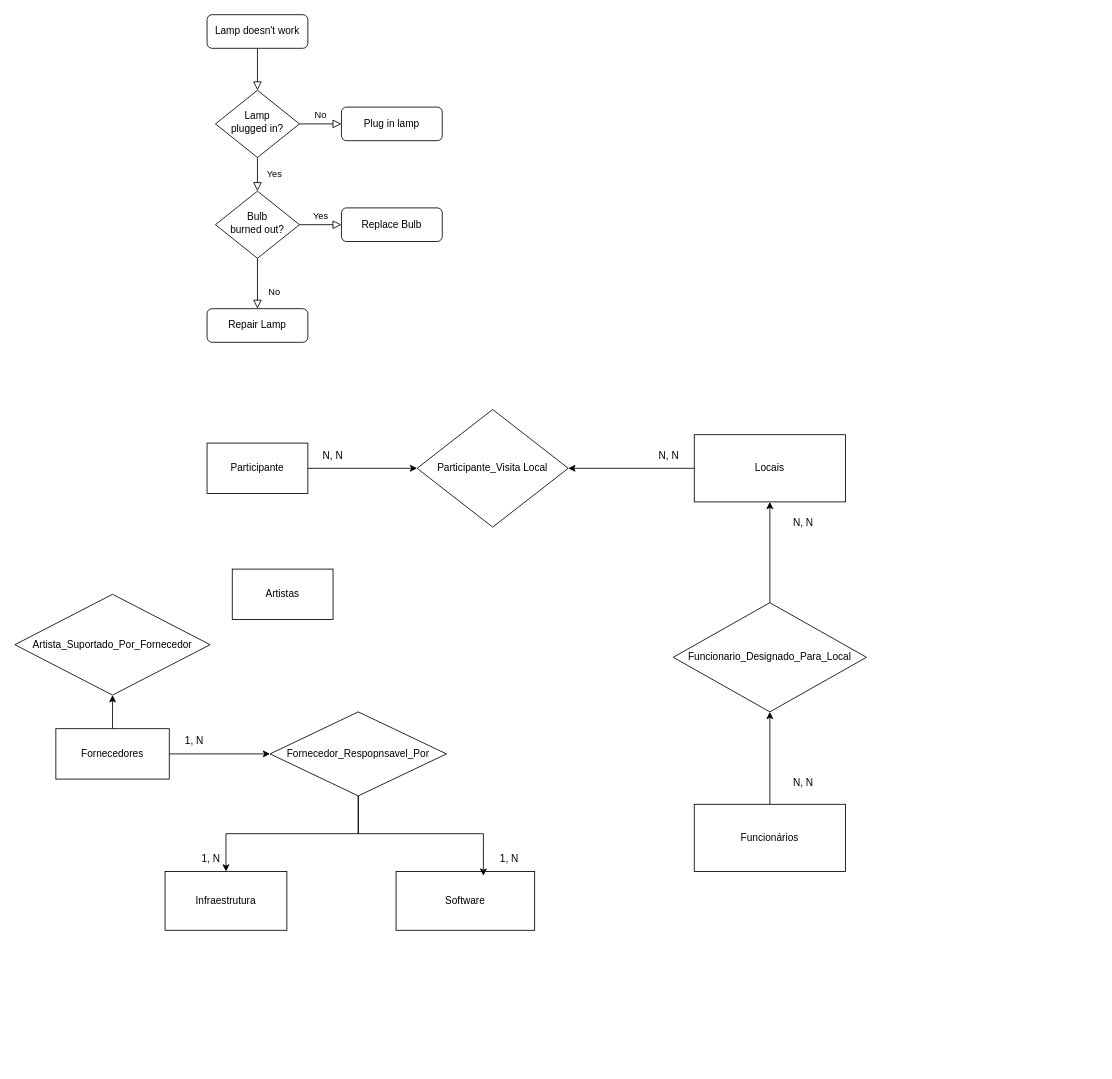
Before: rockInRio-mer.drawio in fabiobrasileiroo/rockInRio-ERD, a draw.io diagram. Source tidied: cells renumbered, new cells numbered last; positions are measured from the earlier drawing's top-left corner, leaving out a move shared by most shapes. Both pictures are drawn from the tidied source at 84%, with x=0, y=0 at pixel (14, 14).
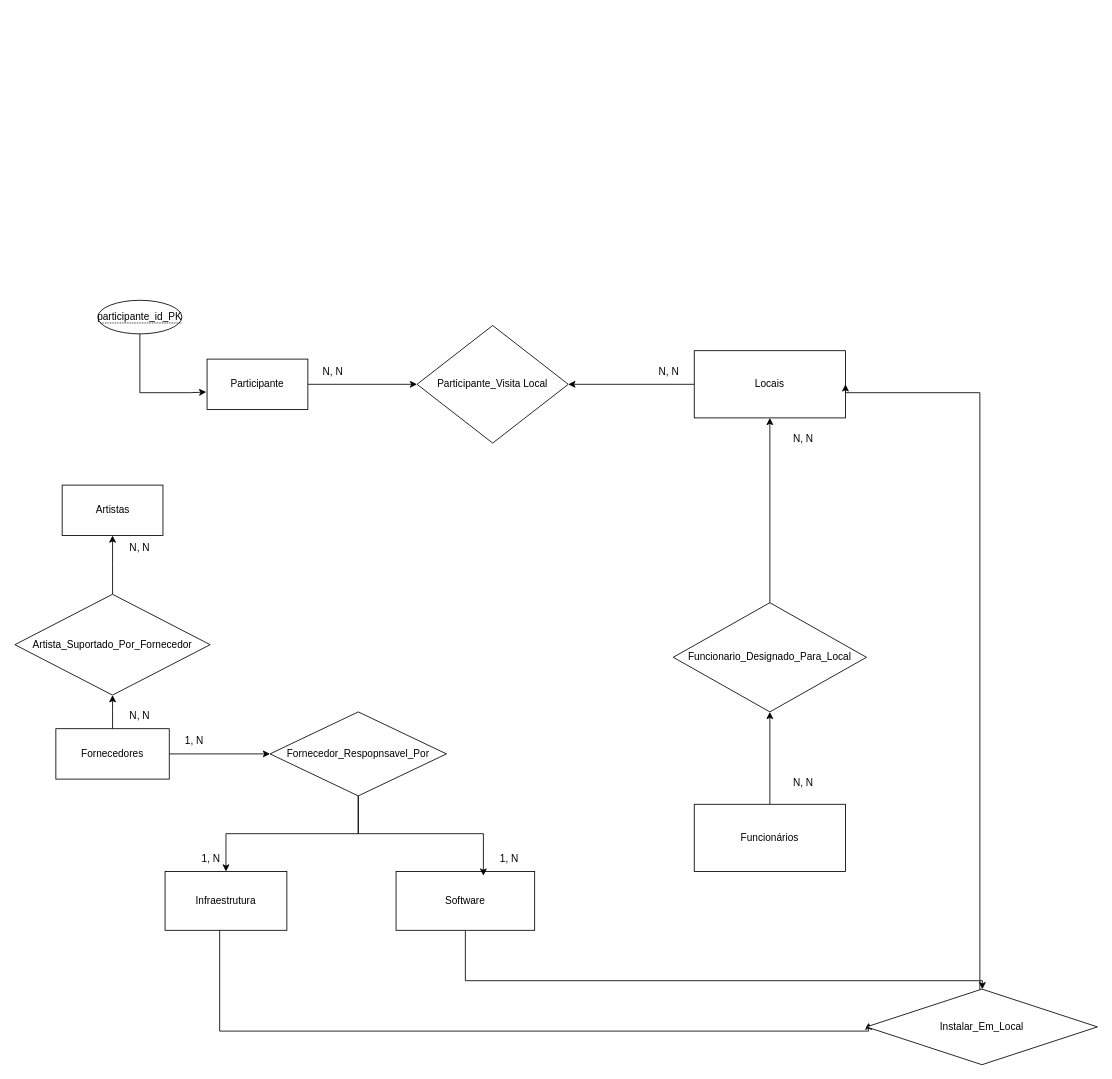
Above is the later version.

Unchanged cells that the change refers to:
```xml
<mxCell id="33" value="Software" style="rounded=0;whiteSpace=wrap;html=1;" parent="1" vertex="1">
  <mxGeometry x="454" y="1020" width="165" height="70" as="geometry" />
</mxCell>
<mxCell id="38" value="Artista_Suportado_Por_Fornecedor" style="rhombus;whiteSpace=wrap;html=1;rounded=0;" parent="1" vertex="1">
  <mxGeometry x="0.2" y="690" width="232.5" height="120" as="geometry" />
</mxCell>
```

Diff of the diagram source:
```diff
@@
-    <mxCell id="2" style="rounded=0;html=1;jettySize=auto;fontSize=11;endArrow=block;endFill=0;endSize=8;strokeWidth=1;shadow=0;labelBackgroundColor=none;edgeStyle=orthogonalEdgeStyle;" parent="1" edge="1" source="3" target="6">
-      <mxGeometry relative="1" as="geometry" />
-    </mxCell>
-    <mxCell id="3" value="Lamp doesn't work" style="rounded=1;whiteSpace=wrap;html=1;fontSize=12;glass=0;strokeWidth=1;shadow=0;" parent="1" vertex="1">
-      <mxGeometry x="229" width="120" height="40" as="geometry" />
-    </mxCell>
-    <mxCell id="4" value="Yes" style="rounded=0;html=1;jettySize=auto;fontSize=11;endArrow=block;endFill=0;endSize=8;strokeWidth=1;shadow=0;labelBackgroundColor=none;edgeStyle=orthogonalEdgeStyle;" parent="1" edge="1" source="6" target="10">
-      <mxGeometry y="20" relative="1" as="geometry" />
-    </mxCell>
-    <mxCell id="5" value="No" style="edgeStyle=orthogonalEdgeStyle;rounded=0;html=1;jettySize=auto;fontSize=11;endArrow=block;endFill=0;endSize=8;strokeWidth=1;shadow=0;labelBackgroundColor=none;" parent="1" edge="1" source="6" target="7">
-      <mxGeometry y="10" relative="1" as="geometry" />
-    </mxCell>
-    <mxCell id="6" value="Lamp&lt;br&gt;plugged in?" style="rhombus;whiteSpace=wrap;html=1;shadow=0;fontFamily=Helvetica;fontSize=12;align=center;strokeWidth=1;spacing=6;spacingTop=-4;" parent="1" vertex="1">
-      <mxGeometry x="239" y="90" width="100" height="80" as="geometry" />
-    </mxCell>
-    <mxCell id="7" value="Plug in lamp" style="rounded=1;whiteSpace=wrap;html=1;fontSize=12;glass=0;strokeWidth=1;shadow=0;" parent="1" vertex="1">
-      <mxGeometry x="389" y="110" width="120" height="40" as="geometry" />
-    </mxCell>
-    <mxCell id="8" value="No" style="rounded=0;html=1;jettySize=auto;fontSize=11;endArrow=block;endFill=0;endSize=8;strokeWidth=1;shadow=0;labelBackgroundColor=none;edgeStyle=orthogonalEdgeStyle;" parent="1" edge="1" source="10" target="11">
-      <mxGeometry x="0.33" y="20" relative="1" as="geometry" />
-    </mxCell>
-    <mxCell id="9" value="Yes" style="edgeStyle=orthogonalEdgeStyle;rounded=0;html=1;jettySize=auto;fontSize=11;endArrow=block;endFill=0;endSize=8;strokeWidth=1;shadow=0;labelBackgroundColor=none;" parent="1" edge="1" source="10" target="12">
-      <mxGeometry y="10" relative="1" as="geometry" />
-    </mxCell>
-    <mxCell id="10" value="Bulb&lt;br&gt;burned out?" style="rhombus;whiteSpace=wrap;html=1;shadow=0;fontFamily=Helvetica;fontSize=12;align=center;strokeWidth=1;spacing=6;spacingTop=-4;" parent="1" vertex="1">
-      <mxGeometry x="239" y="210" width="100" height="80" as="geometry" />
-    </mxCell>
-    <mxCell id="11" value="Repair Lamp" style="rounded=1;whiteSpace=wrap;html=1;fontSize=12;glass=0;strokeWidth=1;shadow=0;" parent="1" vertex="1">
-      <mxGeometry x="229" y="350" width="120" height="40" as="geometry" />
-    </mxCell>
-    <mxCell id="12" value="Replace Bulb" style="rounded=1;whiteSpace=wrap;html=1;fontSize=12;glass=0;strokeWidth=1;shadow=0;" parent="1" vertex="1">
-      <mxGeometry x="389" y="230" width="120" height="40" as="geometry" />
-    </mxCell>
@@
     <mxCell id="14" value="Participante" style="rounded=0;whiteSpace=wrap;html=1;" parent="1" vertex="1">
-      <mxGeometry x="229" y="510" width="120" height="60" as="geometry" />
+      <mxGeometry x="229" y="410" width="120" height="60" as="geometry" />
     </mxCell>
+    <mxCell id="39" style="edgeStyle=orthogonalEdgeStyle;rounded=0;orthogonalLoop=1;jettySize=auto;html=1;" parent="1" edge="1">
+      <mxGeometry relative="1" as="geometry">
+        <mxPoint x="244" y="1080" as="sourcePoint" />
+        <mxPoint x="1016.5" y="1200" as="targetPoint" />
+        <Array as="points">
+          <mxPoint x="244" y="1210" />
+          <mxPoint x="1017" y="1210" />
+        </Array>
+      </mxGeometry>
+    </mxCell>
@@
     <mxCell id="17" value="Locais" style="rounded=0;whiteSpace=wrap;html=1;" parent="1" vertex="1">
-      <mxGeometry x="809" y="500" width="180" height="80" as="geometry" />
+      <mxGeometry x="809" y="400" width="180" height="80" as="geometry" />
     </mxCell>
@@
     <mxCell id="23" value="Artistas" style="rounded=0;whiteSpace=wrap;html=1;" parent="1" vertex="1">
-      <mxGeometry x="259" y="660" width="120" height="60" as="geometry" />
+      <mxGeometry x="56.5" y="560" width="120" height="60" as="geometry" />
     </mxCell>
     <mxCell id="24" value="Participante_Visita Local" style="rhombus;whiteSpace=wrap;html=1;" parent="1" vertex="1">
-      <mxGeometry x="479" y="470" width="180" height="140" as="geometry" />
+      <mxGeometry x="479" y="370" width="180" height="140" as="geometry" />
     </mxCell>
     <mxCell id="25" value="N, N" style="text;html=1;align=center;verticalAlign=middle;whiteSpace=wrap;rounded=0;" parent="1" vertex="1">
-      <mxGeometry x="749" y="510" width="60" height="30" as="geometry" />
+      <mxGeometry x="749" y="410" width="60" height="30" as="geometry" />
     </mxCell>
     <mxCell id="26" value="N, N" style="text;html=1;align=center;verticalAlign=middle;whiteSpace=wrap;rounded=0;" parent="1" vertex="1">
-      <mxGeometry x="349" y="510" width="60" height="30" as="geometry" />
+      <mxGeometry x="349" y="410" width="60" height="30" as="geometry" />
     </mxCell>
@@
     <mxCell id="29" value="N, N" style="text;html=1;align=center;verticalAlign=middle;whiteSpace=wrap;rounded=0;" parent="1" vertex="1">
-      <mxGeometry x="909" y="590" width="60" height="30" as="geometry" />
+      <mxGeometry x="909" y="490" width="60" height="30" as="geometry" />
     </mxCell>
@@
+    <mxCell id="40" style="edgeStyle=orthogonalEdgeStyle;rounded=0;jettySize=auto;html=1;" parent="1" edge="1" source="33" target="45">
+      <mxGeometry relative="1" as="geometry">
+        <Array as="points">
+          <mxPoint x="537" y="1150" />
+          <mxPoint x="1152" y="1150" />
+        </Array>
+      </mxGeometry>
+    </mxCell>
@@
+    <mxCell id="41" style="edgeStyle=orthogonalEdgeStyle;rounded=0;jettySize=auto;html=1;" parent="1" edge="1" source="38" target="23">
+      <mxGeometry relative="1" as="geometry" />
+    </mxCell>
@@
+    <mxCell id="42" value="N, N" style="text;html=1;align=center;verticalAlign=middle;whiteSpace=wrap;rounded=0;" parent="1" vertex="1">
+      <mxGeometry x="119" y="620" width="60" height="30" as="geometry" />
+    </mxCell>
+    <mxCell id="43" value="N, N" style="text;html=1;align=center;verticalAlign=middle;whiteSpace=wrap;rounded=0;" parent="1" vertex="1">
+      <mxGeometry x="119" y="820" width="60" height="30" as="geometry" />
+    </mxCell>
+    <mxCell id="44" style="edgeStyle=orthogonalEdgeStyle;rounded=0;jettySize=auto;html=1;entryX=1;entryY=0.5;entryDx=0;entryDy=0;" parent="1" edge="1" source="45" target="17">
+      <mxGeometry relative="1" as="geometry">
+        <Array as="points">
+          <mxPoint x="1149" y="450" />
+          <mxPoint x="989" y="450" />
+        </Array>
+      </mxGeometry>
+    </mxCell>
+    <mxCell id="45" value="Instalar_Em_Local" style="rhombus;whiteSpace=wrap;html=1;rounded=0;" parent="1" vertex="1">
+      <mxGeometry x="1014" y="1160" width="275" height="90" as="geometry" />
+    </mxCell>
+    <mxCell id="46" value="&lt;span style=&quot;border-bottom: 1px dotted&quot;&gt;participante_id_PK&lt;br&gt;&lt;/span&gt;" style="ellipse;whiteSpace=wrap;html=1;align=center;" parent="1" vertex="1">
+      <mxGeometry x="99" y="340" width="100" height="40" as="geometry" />
+    </mxCell>
+    <mxCell id="47" style="edgeStyle=orthogonalEdgeStyle;rounded=0;jettySize=auto;html=1;entryX=-0.008;entryY=0.653;entryDx=0;entryDy=0;entryPerimeter=0;" parent="1" edge="1" source="46" target="14">
+      <mxGeometry relative="1" as="geometry">
+        <Array as="points">
+          <mxPoint x="149" y="450" />
+          <mxPoint x="209" y="450" />
+        </Array>
+      </mxGeometry>
+    </mxCell>
```
